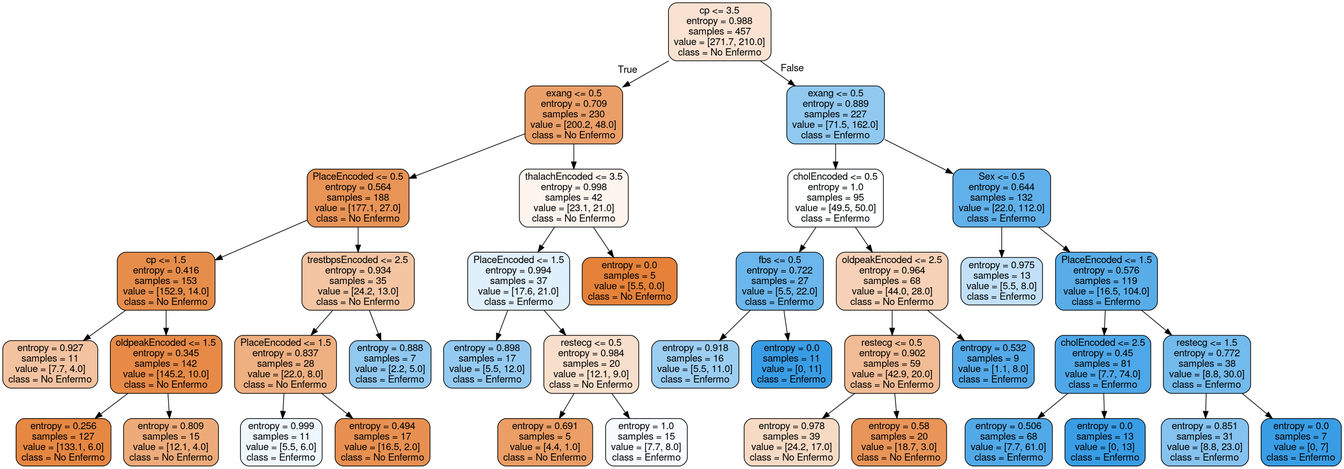
The Graphviz diagram tree1.png in juancho270/ProyectoIA, before a commit. Its source is kept beside it as tree1.dot.
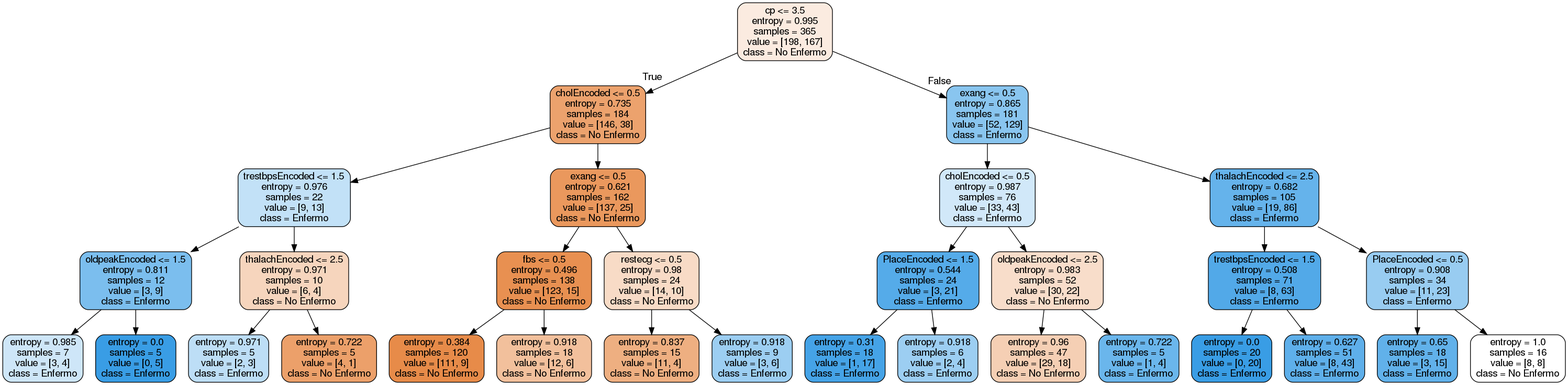
After the commit.

Diff of the diagram source:
```diff
@@ -1,81 +1,65 @@
 digraph Tree {
 node [shape=box, style="filled, rounded", color="black", fontname=helvetica] ;
 edge [fontname=helvetica] ;
-0 [label="cp <= 3.5\nentropy = 0.988\nsamples = 457\nvalue = [271.7, 210.0]\nclass = No Enfermo", fillcolor="#f9e2d2"] ;
-1 [label="exang <= 0.5\nentropy = 0.709\nsamples = 230\nvalue = [200.2, 48.0]\nclass = No Enfermo", fillcolor="#eb9f68"] ;
+0 [label="cp <= 3.5\nentropy = 0.995\nsamples = 365\nvalue = [198, 167]\nclass = No Enfermo", fillcolor="#fbebe0"] ;
+1 [label="cholEncoded <= 0.5\nentropy = 0.735\nsamples = 184\nvalue = [146, 38]\nclass = No Enfermo", fillcolor="#eca26d"] ;
 0 -> 1 [labeldistance=2.5, labelangle=45, headlabel="True"] ;
-2 [label="PlaceEncoded <= 0.5\nentropy = 0.564\nsamples = 188\nvalue = [177.1, 27.0]\nclass = No Enfermo", fillcolor="#e99457"] ;
+2 [label="trestbpsEncoded <= 1.5\nentropy = 0.976\nsamples = 22\nvalue = [9, 13]\nclass = Enfermo", fillcolor="#c2e1f7"] ;
 1 -> 2 ;
-3 [label="cp <= 1.5\nentropy = 0.416\nsamples = 153\nvalue = [152.9, 14.0]\nclass = No Enfermo", fillcolor="#e78d4b"] ;
+3 [label="oldpeakEncoded <= 1.5\nentropy = 0.811\nsamples = 12\nvalue = [3, 9]\nclass = Enfermo", fillcolor="#7bbeee"] ;
 2 -> 3 ;
-4 [label="entropy = 0.927\nsamples = 11\nvalue = [7.7, 4.0]\nclass = No Enfermo", fillcolor="#f3c2a0"] ;
+4 [label="entropy = 0.985\nsamples = 7\nvalue = [3, 4]\nclass = Enfermo", fillcolor="#cee6f8"] ;
 3 -> 4 ;
-5 [label="oldpeakEncoded <= 1.5\nentropy = 0.345\nsamples = 142\nvalue = [145.2, 10.0]\nclass = No Enfermo", fillcolor="#e78a47"] ;
+5 [label="entropy = 0.0\nsamples = 5\nvalue = [0, 5]\nclass = Enfermo", fillcolor="#399de5"] ;
 3 -> 5 ;
-6 [label="entropy = 0.256\nsamples = 127\nvalue = [133.1, 6.0]\nclass = No Enfermo", fillcolor="#e68742"] ;
-5 -> 6 ;
-7 [label="entropy = 0.809\nsamples = 15\nvalue = [12.1, 4.0]\nclass = No Enfermo", fillcolor="#eeab7a"] ;
-5 -> 7 ;
-8 [label="trestbpsEncoded <= 2.5\nentropy = 0.934\nsamples = 35\nvalue = [24.2, 13.0]\nclass = No Enfermo", fillcolor="#f3c5a3"] ;
-2 -> 8 ;
-9 [label="PlaceEncoded <= 1.5\nentropy = 0.837\nsamples = 28\nvalue = [22.0, 8.0]\nclass = No Enfermo", fillcolor="#eeaf81"] ;
-8 -> 9 ;
-10 [label="entropy = 0.999\nsamples = 11\nvalue = [5.5, 6.0]\nclass = Enfermo", fillcolor="#eef7fd"] ;
+6 [label="thalachEncoded <= 2.5\nentropy = 0.971\nsamples = 10\nvalue = [6, 4]\nclass = No Enfermo", fillcolor="#f6d5bd"] ;
+2 -> 6 ;
+7 [label="entropy = 0.971\nsamples = 5\nvalue = [2, 3]\nclass = Enfermo", fillcolor="#bddef6"] ;
+6 -> 7 ;
+8 [label="entropy = 0.722\nsamples = 5\nvalue = [4, 1]\nclass = No Enfermo", fillcolor="#eca06a"] ;
+6 -> 8 ;
+9 [label="exang <= 0.5\nentropy = 0.621\nsamples = 162\nvalue = [137, 25]\nclass = No Enfermo", fillcolor="#ea985d"] ;
+1 -> 9 ;
+10 [label="fbs <= 0.5\nentropy = 0.496\nsamples = 138\nvalue = [123, 15]\nclass = No Enfermo", fillcolor="#e89051"] ;
 9 -> 10 ;
-11 [label="entropy = 0.494\nsamples = 17\nvalue = [16.5, 2.0]\nclass = No Enfermo", fillcolor="#e89051"] ;
-9 -> 11 ;
-12 [label="entropy = 0.888\nsamples = 7\nvalue = [2.2, 5.0]\nclass = Enfermo", fillcolor="#90c8f0"] ;
-8 -> 12 ;
-13 [label="thalachEncoded <= 3.5\nentropy = 0.998\nsamples = 42\nvalue = [23.1, 21.0]\nclass = No Enfermo", fillcolor="#fdf4ed"] ;
-1 -> 13 ;
-14 [label="PlaceEncoded <= 1.5\nentropy = 0.994\nsamples = 37\nvalue = [17.6, 21.0]\nclass = Enfermo", fillcolor="#dfeffb"] ;
+11 [label="entropy = 0.384\nsamples = 120\nvalue = [111, 9]\nclass = No Enfermo", fillcolor="#e78b49"] ;
+10 -> 11 ;
+12 [label="entropy = 0.918\nsamples = 18\nvalue = [12, 6]\nclass = No Enfermo", fillcolor="#f2c09c"] ;
+10 -> 12 ;
+13 [label="restecg <= 0.5\nentropy = 0.98\nsamples = 24\nvalue = [14, 10]\nclass = No Enfermo", fillcolor="#f8dbc6"] ;
+9 -> 13 ;
+14 [label="entropy = 0.837\nsamples = 15\nvalue = [11, 4]\nclass = No Enfermo", fillcolor="#eeaf81"] ;
 13 -> 14 ;
-15 [label="entropy = 0.898\nsamples = 17\nvalue = [5.5, 12.0]\nclass = Enfermo", fillcolor="#94caf1"] ;
-14 -> 15 ;
-16 [label="restecg <= 0.5\nentropy = 0.984\nsamples = 20\nvalue = [12.1, 9.0]\nclass = No Enfermo", fillcolor="#f8dfcc"] ;
-14 -> 16 ;
-17 [label="entropy = 0.691\nsamples = 5\nvalue = [4.4, 1.0]\nclass = No Enfermo", fillcolor="#eb9e66"] ;
+15 [label="entropy = 0.918\nsamples = 9\nvalue = [3, 6]\nclass = Enfermo", fillcolor="#9ccef2"] ;
+13 -> 15 ;
+16 [label="exang <= 0.5\nentropy = 0.865\nsamples = 181\nvalue = [52, 129]\nclass = Enfermo", fillcolor="#89c5ef"] ;
+0 -> 16 [labeldistance=2.5, labelangle=-45, headlabel="False"] ;
+17 [label="cholEncoded <= 0.5\nentropy = 0.987\nsamples = 76\nvalue = [33, 43]\nclass = Enfermo", fillcolor="#d1e8f9"] ;
 16 -> 17 ;
-18 [label="entropy = 1.0\nsamples = 15\nvalue = [7.7, 8.0]\nclass = Enfermo", fillcolor="#f8fbfe"] ;
-16 -> 18 ;
-19 [label="entropy = 0.0\nsamples = 5\nvalue = [5.5, 0.0]\nclass = No Enfermo", fillcolor="#e58139"] ;
-13 -> 19 ;
-20 [label="exang <= 0.5\nentropy = 0.889\nsamples = 227\nvalue = [71.5, 162.0]\nclass = Enfermo", fillcolor="#90c8f0"] ;
-0 -> 20 [labeldistance=2.5, labelangle=-45, headlabel="False"] ;
-21 [label="cholEncoded <= 0.5\nentropy = 1.0\nsamples = 95\nvalue = [49.5, 50.0]\nclass = Enfermo", fillcolor="#fdfeff"] ;
-20 -> 21 ;
-22 [label="fbs <= 0.5\nentropy = 0.722\nsamples = 27\nvalue = [5.5, 22.0]\nclass = Enfermo", fillcolor="#6bb6ec"] ;
+18 [label="PlaceEncoded <= 1.5\nentropy = 0.544\nsamples = 24\nvalue = [3, 21]\nclass = Enfermo", fillcolor="#55abe9"] ;
+17 -> 18 ;
+19 [label="entropy = 0.31\nsamples = 18\nvalue = [1, 17]\nclass = Enfermo", fillcolor="#45a3e7"] ;
+18 -> 19 ;
+20 [label="entropy = 0.918\nsamples = 6\nvalue = [2, 4]\nclass = Enfermo", fillcolor="#9ccef2"] ;
+18 -> 20 ;
+21 [label="oldpeakEncoded <= 2.5\nentropy = 0.983\nsamples = 52\nvalue = [30, 22]\nclass = No Enfermo", fillcolor="#f8ddca"] ;
+17 -> 21 ;
+22 [label="entropy = 0.96\nsamples = 47\nvalue = [29, 18]\nclass = No Enfermo", fillcolor="#f5cfb4"] ;
 21 -> 22 ;
-23 [label="entropy = 0.918\nsamples = 16\nvalue = [5.5, 11.0]\nclass = Enfermo", fillcolor="#9ccef2"] ;
-22 -> 23 ;
-24 [label="entropy = 0.0\nsamples = 11\nvalue = [0, 11]\nclass = Enfermo", fillcolor="#399de5"] ;
-22 -> 24 ;
-25 [label="oldpeakEncoded <= 2.5\nentropy = 0.964\nsamples = 68\nvalue = [44.0, 28.0]\nclass = No Enfermo", fillcolor="#f6d1b7"] ;
-21 -> 25 ;
-26 [label="restecg <= 0.5\nentropy = 0.902\nsamples = 59\nvalue = [42.9, 20.0]\nclass = No Enfermo", fillcolor="#f1bc95"] ;
+23 [label="entropy = 0.722\nsamples = 5\nvalue = [1, 4]\nclass = Enfermo", fillcolor="#6ab6ec"] ;
+21 -> 23 ;
+24 [label="thalachEncoded <= 2.5\nentropy = 0.682\nsamples = 105\nvalue = [19, 86]\nclass = Enfermo", fillcolor="#65b3eb"] ;
+16 -> 24 ;
+25 [label="trestbpsEncoded <= 1.5\nentropy = 0.508\nsamples = 71\nvalue = [8, 63]\nclass = Enfermo", fillcolor="#52a9e8"] ;
+24 -> 25 ;
+26 [label="entropy = 0.0\nsamples = 20\nvalue = [0, 20]\nclass = Enfermo", fillcolor="#399de5"] ;
 25 -> 26 ;
-27 [label="entropy = 0.978\nsamples = 39\nvalue = [24.2, 17.0]\nclass = No Enfermo", fillcolor="#f7dac4"] ;
-26 -> 27 ;
-28 [label="entropy = 0.58\nsamples = 20\nvalue = [18.7, 3.0]\nclass = No Enfermo", fillcolor="#e99559"] ;
-26 -> 28 ;
-29 [label="entropy = 0.532\nsamples = 9\nvalue = [1.1, 8.0]\nclass = Enfermo", fillcolor="#54aae9"] ;
-25 -> 29 ;
-30 [label="Sex <= 0.5\nentropy = 0.644\nsamples = 132\nvalue = [22.0, 112.0]\nclass = Enfermo", fillcolor="#60b0ea"] ;
-20 -> 30 ;
-31 [label="entropy = 0.975\nsamples = 13\nvalue = [5.5, 8.0]\nclass = Enfermo", fillcolor="#c1e0f7"] ;
-30 -> 31 ;
-32 [label="PlaceEncoded <= 1.5\nentropy = 0.576\nsamples = 119\nvalue = [16.5, 104.0]\nclass = Enfermo", fillcolor="#58ade9"] ;
-30 -> 32 ;
-33 [label="cholEncoded <= 2.5\nentropy = 0.45\nsamples = 81\nvalue = [7.7, 74.0]\nclass = Enfermo", fillcolor="#4ea7e8"] ;
-32 -> 33 ;
-34 [label="entropy = 0.506\nsamples = 68\nvalue = [7.7, 61.0]\nclass = Enfermo", fillcolor="#52a9e8"] ;
-33 -> 34 ;
-35 [label="entropy = 0.0\nsamples = 13\nvalue = [0, 13]\nclass = Enfermo", fillcolor="#399de5"] ;
-33 -> 35 ;
-36 [label="restecg <= 1.5\nentropy = 0.772\nsamples = 38\nvalue = [8.8, 30.0]\nclass = Enfermo", fillcolor="#73baed"] ;
-32 -> 36 ;
-37 [label="entropy = 0.851\nsamples = 31\nvalue = [8.8, 23.0]\nclass = Enfermo", fillcolor="#85c2ef"] ;
-36 -> 37 ;
-38 [label="entropy = 0.0\nsamples = 7\nvalue = [0, 7]\nclass = Enfermo", fillcolor="#399de5"] ;
-36 -> 38 ;
+27 [label="entropy = 0.627\nsamples = 51\nvalue = [8, 43]\nclass = Enfermo", fillcolor="#5eafea"] ;
+25 -> 27 ;
+28 [label="PlaceEncoded <= 0.5\nentropy = 0.908\nsamples = 34\nvalue = [11, 23]\nclass = Enfermo", fillcolor="#98ccf1"] ;
+24 -> 28 ;
+29 [label="entropy = 0.65\nsamples = 18\nvalue = [3, 15]\nclass = Enfermo", fillcolor="#61b1ea"] ;
+28 -> 29 ;
+30 [label="entropy = 1.0\nsamples = 16\nvalue = [8, 8]\nclass = No Enfermo", fillcolor="#ffffff"] ;
+28 -> 30 ;
 }
```
